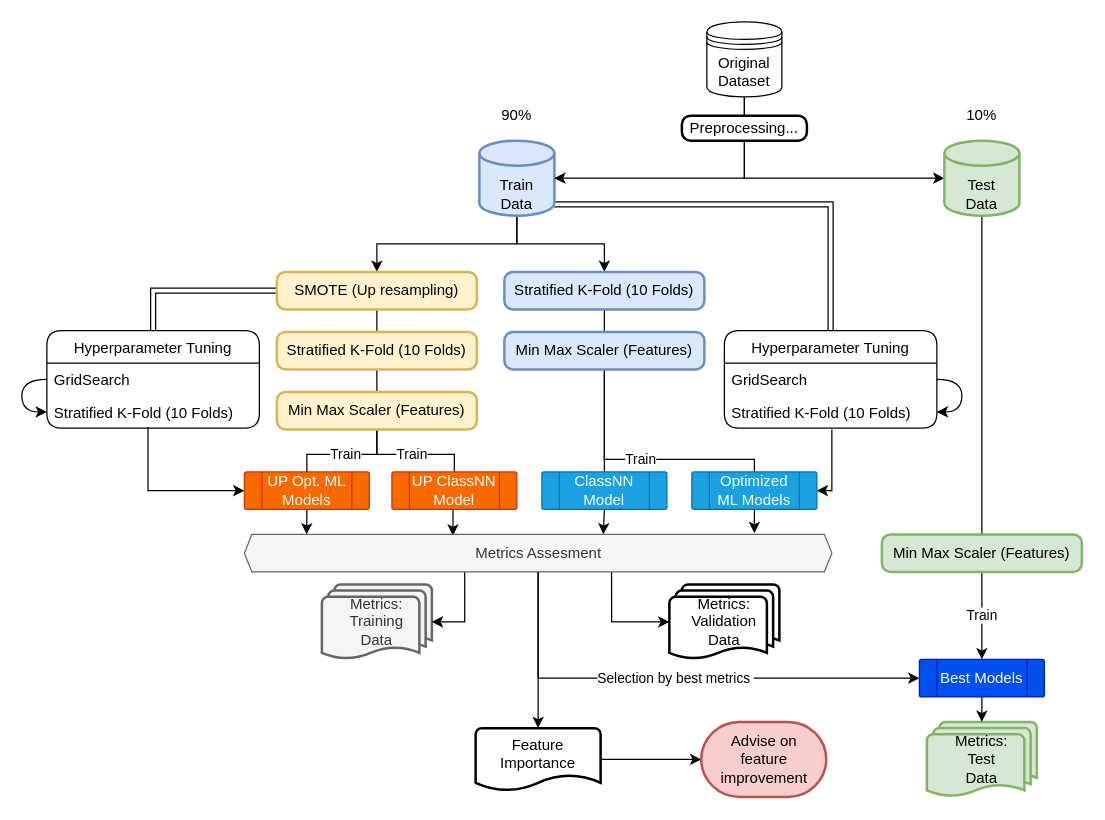
Earlier version of the draw.io diagram Resources/modeling.drawio (HenrikPereira/EDSBproject). Source tidied: cells renumbered, new cells numbered last; positions are measured from the earlier drawing's top-left corner, leaving out a move shared by most shapes. Both pictures are drawn from the tidied source at 125%, with x=0, y=0 at pixel (21, 21).
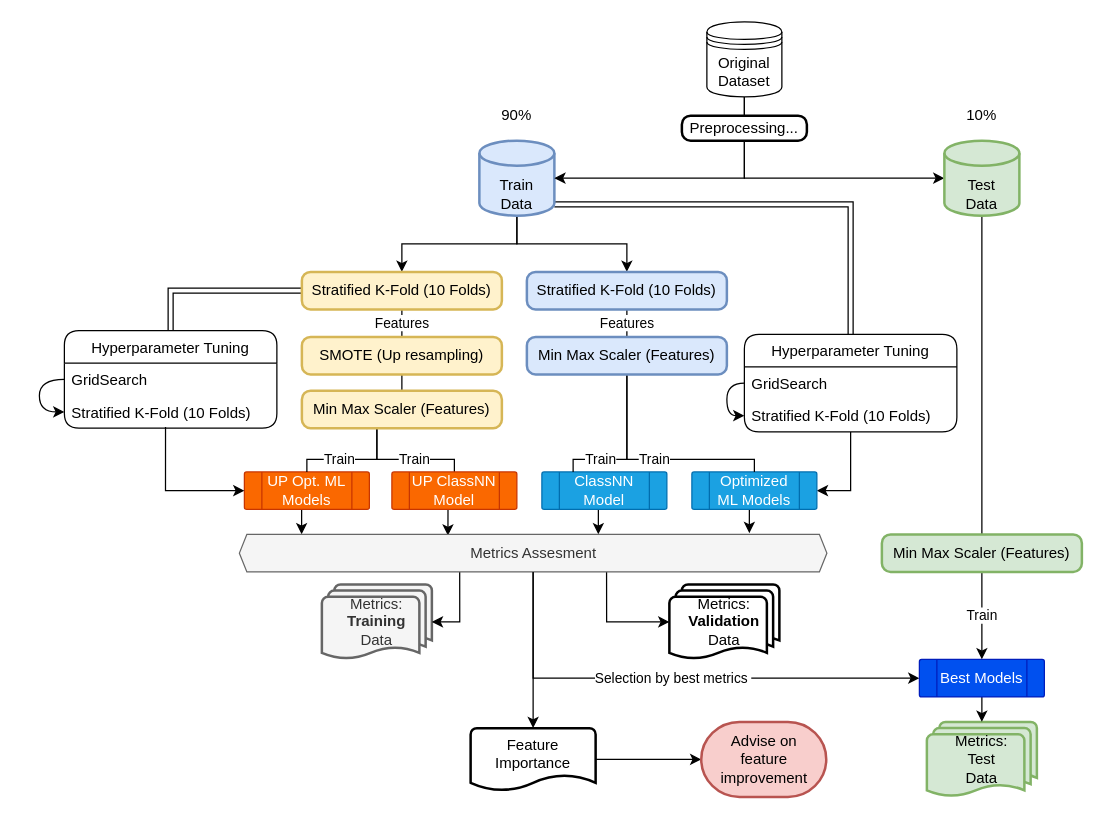
After the change.

The change refers to these unchanged cells:
```xml
<mxCell id="15" value="GridSearch" style="text;strokeColor=none;fillColor=none;align=left;verticalAlign=top;spacingLeft=4;spacingRight=4;overflow=hidden;points=[[0,0.5],[1,0.5]];portConstraint=eastwest;" parent="13" vertex="1">
  <mxGeometry y="26" width="170" height="26" as="geometry" />
</mxCell>
<mxCell id="16" value="Stratified K-Fold (10 Folds)" style="text;strokeColor=none;fillColor=none;align=left;verticalAlign=top;spacingLeft=4;spacingRight=4;overflow=hidden;points=[[0,0.5],[1,0.5]];portConstraint=eastwest;" parent="13" vertex="1">
  <mxGeometry y="52" width="170" height="26" as="geometry" />
</mxCell>
<mxCell id="19" value="Optimized ML Models" style="verticalLabelPosition=middle;verticalAlign=middle;html=1;shape=process;whiteSpace=wrap;rounded=1;size=0.14;arcSize=6;labelPosition=center;align=center;fillColor=#1ba1e2;strokeColor=#006EAF;fontColor=#ffffff;" parent="1" vertex="1">
  <mxGeometry x="536" y="360" width="100" height="30" as="geometry" />
</mxCell>
<mxCell id="23" value="ClassNN Model" style="verticalLabelPosition=middle;verticalAlign=middle;html=1;shape=process;whiteSpace=wrap;rounded=1;size=0.14;arcSize=6;labelPosition=center;align=center;fillColor=#1ba1e2;strokeColor=#006EAF;fontColor=#ffffff;" parent="1" vertex="1">
  <mxGeometry x="416" y="360" width="100" height="30" as="geometry" />
</mxCell>
<mxCell id="38" value="UP Opt. ML Models" style="verticalLabelPosition=middle;verticalAlign=middle;html=1;shape=process;whiteSpace=wrap;rounded=1;size=0.14;arcSize=6;labelPosition=center;align=center;fillColor=#fa6800;strokeColor=#C73500;fontColor=#ffffff;" parent="1" vertex="1">
  <mxGeometry x="178" y="360" width="100" height="30" as="geometry" />
</mxCell>
<mxCell id="45" value="UP ClassNN Model" style="verticalLabelPosition=middle;verticalAlign=middle;html=1;shape=process;whiteSpace=wrap;rounded=1;size=0.14;arcSize=6;labelPosition=center;align=center;fillColor=#fa6800;strokeColor=#C73500;fontColor=#ffffff;" parent="1" vertex="1">
  <mxGeometry x="296" y="360" width="100" height="30" as="geometry" />
</mxCell>
```

Diff of the diagram source:
```diff
@@
+    <mxCell id="60" style="edgeStyle=orthogonalEdgeStyle;rounded=0;jettySize=auto;html=1;exitX=0.5;exitY=1;exitDx=0;exitDy=0;entryX=1;entryY=0.5;entryDx=0;entryDy=0;" parent="1" edge="1" source="13" target="19">
+      <mxGeometry relative="1" as="geometry" />
+    </mxCell>
     <mxCell id="13" value="Hyperparameter Tuning" style="swimlane;fontStyle=0;horizontal=1;startSize=26;fillColor=none;glass=0;swimlaneLine=1;rounded=1;" parent="1" vertex="1">
-      <mxGeometry x="562" y="247" width="170" height="78" as="geometry" />
+      <mxGeometry x="578" y="250" width="170" height="78" as="geometry" />
     </mxCell>
-    <mxCell id="14" style="edgeStyle=orthogonalEdgeStyle;rounded=0;jettySize=auto;html=1;exitX=1;exitY=0.5;exitDx=0;exitDy=0;curved=1;" parent="13" edge="1" source="15" target="16">
-      <mxGeometry relative="1" as="geometry" />
+    <mxCell id="14" style="edgeStyle=orthogonalEdgeStyle;rounded=0;jettySize=auto;html=1;exitX=0;exitY=0.5;exitDx=0;exitDy=0;curved=1;entryX=0;entryY=0.5;entryDx=0;entryDy=0;" parent="13" edge="1" source="15" target="16">
+      <mxGeometry relative="1" as="geometry">
+        <Array as="points">
+          <mxPoint x="-14" y="39" />
+          <mxPoint x="-14" y="65" />
+        </Array>
+      </mxGeometry>
     </mxCell>
@@
-    <mxCell id="18" style="edgeStyle=orthogonalEdgeStyle;rounded=0;jettySize=auto;html=1;exitX=1;exitY=0.5;exitDx=0;exitDy=0;startArrow=classic;startFill=1;endArrow=none;endFill=0;" parent="1" edge="1" source="19">
-      <mxGeometry relative="1" as="geometry">
-        <mxPoint x="648" y="326" as="targetPoint" />
-        <Array as="points">
-          <mxPoint x="648" y="375" />
-          <mxPoint x="648" y="326" />
-        </Array>
-      </mxGeometry>
-    </mxCell>
@@
-    <mxCell id="20" style="edgeStyle=orthogonalEdgeStyle;curved=1;rounded=0;jettySize=auto;html=1;exitX=0.5;exitY=1;exitDx=0;exitDy=0;entryX=0.5;entryY=0;entryDx=0;entryDy=0;endArrow=none;endFill=0;" parent="1" edge="1" source="21" target="29">
+    <mxCell id="20" value="Features" style="edgeStyle=orthogonalEdgeStyle;curved=1;rounded=0;jettySize=auto;html=1;exitX=0.5;exitY=1;exitDx=0;exitDy=0;entryX=0.5;entryY=0;entryDx=0;entryDy=0;endArrow=none;endFill=0;" parent="1" edge="1" source="21" target="29">
       <mxGeometry relative="1" as="geometry" />
     </mxCell>
     <mxCell id="21" value="Stratified K-Fold (10 Folds)" style="rounded=1;whiteSpace=wrap;html=1;absoluteArcSize=1;arcSize=14;strokeWidth=2;fillColor=#dae8fc;strokeColor=#6c8ebf;" parent="1" vertex="1">
-      <mxGeometry x="386" y="200" width="160" height="30" as="geometry" />
+      <mxGeometry x="404" y="200" width="160" height="30" as="geometry" />
     </mxCell>
@@
-    <mxCell id="24" value="Metrics:&lt;br&gt;Training&lt;br&gt;Data" style="strokeWidth=2;html=1;shape=mxgraph.flowchart.multi-document;whiteSpace=wrap;fillColor=#f5f5f5;strokeColor=#666666;fontColor=#333333;" parent="1" vertex="1">
+    <mxCell id="24" value="Metrics:&lt;br&gt;&lt;b&gt;Training&lt;/b&gt;&lt;br&gt;Data" style="strokeWidth=2;html=1;shape=mxgraph.flowchart.multi-document;whiteSpace=wrap;fillColor=#f5f5f5;strokeColor=#666666;fontColor=#333333;" parent="1" vertex="1">
       <mxGeometry x="240" y="450" width="88" height="60" as="geometry" />
     </mxCell>
-    <mxCell id="25" value="Metrics:&lt;br&gt;Validation&lt;br&gt;Data" style="strokeWidth=2;html=1;shape=mxgraph.flowchart.multi-document;whiteSpace=wrap;" parent="1" vertex="1">
+    <mxCell id="25" value="Metrics:&lt;br&gt;&lt;b&gt;Validation&lt;/b&gt;&lt;br&gt;Data" style="strokeWidth=2;html=1;shape=mxgraph.flowchart.multi-document;whiteSpace=wrap;" parent="1" vertex="1">
       <mxGeometry x="518" y="450" width="88" height="60" as="geometry" />
     </mxCell>
@@
+    <mxCell id="28" value="Train" style="edgeStyle=orthogonalEdgeStyle;rounded=0;jettySize=auto;html=1;exitX=0.5;exitY=1;exitDx=0;exitDy=0;entryX=0.5;entryY=0;entryDx=0;entryDy=0;endArrow=none;endFill=0;" parent="1" edge="1" source="29" target="19">
+      <mxGeometry relative="1" as="geometry">
+        <Array as="points">
+          <mxPoint x="484" y="350" />
+          <mxPoint x="586" y="350" />
+        </Array>
+      </mxGeometry>
+    </mxCell>
-    <mxCell id="27" style="edgeStyle=orthogonalEdgeStyle;rounded=0;jettySize=auto;html=1;exitX=0.5;exitY=1;exitDx=0;exitDy=0;entryX=0.5;entryY=0;entryDx=0;entryDy=0;endArrow=none;endFill=0;" parent="1" edge="1" source="29" target="23">
-      <mxGeometry relative="1" as="geometry" />
+    <mxCell id="27" value="Train" style="edgeStyle=orthogonalEdgeStyle;rounded=0;jettySize=auto;html=1;exitX=0.5;exitY=1;exitDx=0;exitDy=0;entryX=0.25;entryY=0;entryDx=0;entryDy=0;endArrow=none;endFill=0;" parent="1" edge="1" source="29" target="23">
+      <mxGeometry x="0.47" relative="1" as="geometry">
+        <Array as="points">
+          <mxPoint x="484" y="350" />
+          <mxPoint x="441" y="350" />
+        </Array>
+      </mxGeometry>
     </mxCell>
-    <mxCell id="28" value="Train" style="edgeStyle=orthogonalEdgeStyle;rounded=0;jettySize=auto;html=1;exitX=0.5;exitY=1;exitDx=0;exitDy=0;entryX=0.5;entryY=0;entryDx=0;entryDy=0;endArrow=none;endFill=0;" parent="1" edge="1" source="29" target="19">
-      <mxGeometry relative="1" as="geometry">
-        <Array as="points">
-          <mxPoint x="466" y="350" />
-          <mxPoint x="586" y="350" />
-        </Array>
-      </mxGeometry>
-    </mxCell>
     <mxCell id="29" value="Min Max Scaler (Features)" style="rounded=1;whiteSpace=wrap;html=1;absoluteArcSize=1;arcSize=14;strokeWidth=2;fillColor=#dae8fc;strokeColor=#6c8ebf;" parent="1" vertex="1">
-      <mxGeometry x="386" y="248" width="160" height="30" as="geometry" />
+      <mxGeometry x="404" y="252" width="160" height="30" as="geometry" />
     </mxCell>
@@
-    <mxCell id="31" style="edgeStyle=orthogonalEdgeStyle;curved=1;rounded=0;jettySize=auto;html=1;exitX=0.5;exitY=1;exitDx=0;exitDy=0;entryX=0.5;entryY=0;entryDx=0;entryDy=0;endArrow=none;endFill=0;" parent="1" edge="1" source="32" target="40">
+    <mxCell id="31" value="Features" style="edgeStyle=orthogonalEdgeStyle;curved=1;rounded=0;jettySize=auto;html=1;entryX=0.5;entryY=0;entryDx=0;entryDy=0;endArrow=none;endFill=0;exitX=0.5;exitY=1;exitDx=0;exitDy=0;" parent="1" edge="1" source="32" target="40">
       <mxGeometry relative="1" as="geometry" />
     </mxCell>
-    <mxCell id="32" value="SMOTE (Up resampling)" style="rounded=1;whiteSpace=wrap;html=1;absoluteArcSize=1;arcSize=14;strokeWidth=2;fillColor=#fff2cc;strokeColor=#d6b656;" parent="1" vertex="1">
-      <mxGeometry x="204" y="200" width="160" height="30" as="geometry" />
+    <mxCell id="32" value="&lt;span style=&quot;white-space: normal&quot;&gt;Stratified K-Fold (10 Folds)&lt;/span&gt;" style="rounded=1;whiteSpace=wrap;html=1;absoluteArcSize=1;arcSize=14;strokeWidth=2;fillColor=#fff2cc;strokeColor=#d6b656;" parent="1" vertex="1">
+      <mxGeometry x="224" y="200" width="160" height="30" as="geometry" />
     </mxCell>
     <mxCell id="33" value="Hyperparameter Tuning" style="swimlane;fontStyle=0;horizontal=1;startSize=26;fillColor=none;rounded=1;comic=0;" parent="1" vertex="1">
-      <mxGeometry x="20" y="247" width="170" height="78" as="geometry" />
+      <mxGeometry x="34" y="247" width="170" height="78" as="geometry" />
     </mxCell>
@@
-    <mxCell id="40" value="Stratified K-Fold (10 Folds)" style="rounded=1;whiteSpace=wrap;html=1;absoluteArcSize=1;arcSize=14;strokeWidth=2;fillColor=#fff2cc;strokeColor=#d6b656;" parent="1" vertex="1">
-      <mxGeometry x="204" y="248" width="160" height="30" as="geometry" />
+    <mxCell id="40" value="SMOTE (Up resampling)" style="rounded=1;whiteSpace=wrap;html=1;absoluteArcSize=1;arcSize=14;strokeWidth=2;fillColor=#fff2cc;strokeColor=#d6b656;" parent="1" vertex="1">
+      <mxGeometry x="224" y="252" width="160" height="30" as="geometry" />
     </mxCell>
     <mxCell id="41" value="Train" style="edgeStyle=orthogonalEdgeStyle;rounded=0;jettySize=auto;html=1;exitX=0.5;exitY=1;exitDx=0;exitDy=0;entryX=0.5;entryY=0;entryDx=0;entryDy=0;endArrow=none;endFill=0;" parent="1" edge="1" source="43" target="38">
-      <mxGeometry relative="1" as="geometry" />
+      <mxGeometry x="0.35" relative="1" as="geometry">
+        <Array as="points">
+          <mxPoint x="284" y="350" />
+          <mxPoint x="228" y="350" />
+        </Array>
+      </mxGeometry>
     </mxCell>
     <mxCell id="42" value="Train" style="edgeStyle=orthogonalEdgeStyle;rounded=0;jettySize=auto;html=1;exitX=0.5;exitY=1;exitDx=0;exitDy=0;entryX=0.5;entryY=0;entryDx=0;entryDy=0;endArrow=none;endFill=0;comic=0;" parent="1" edge="1" source="43" target="45">
-      <mxGeometry relative="1" as="geometry" />
+      <mxGeometry x="0.28" relative="1" as="geometry">
+        <Array as="points">
+          <mxPoint x="284" y="350" />
+          <mxPoint x="346" y="350" />
+        </Array>
+      </mxGeometry>
     </mxCell>
     <mxCell id="43" value="Min Max Scaler (Features)" style="rounded=1;whiteSpace=wrap;html=1;absoluteArcSize=1;arcSize=14;strokeWidth=2;fillColor=#fff2cc;strokeColor=#d6b656;" parent="1" vertex="1">
-      <mxGeometry x="204" y="296" width="160" height="30" as="geometry" />
+      <mxGeometry x="224" y="295" width="160" height="30" as="geometry" />
     </mxCell>
@@
     <mxCell id="50" value="Metrics Assesment" style="verticalLabelPosition=middle;verticalAlign=middle;html=1;shape=hexagon;perimeter=hexagonPerimeter2;arcSize=6;size=0.01276595744680851;labelPosition=center;align=center;fillColor=#f5f5f5;strokeColor=#666666;fontColor=#333333;" parent="1" vertex="1">
-      <mxGeometry x="178" y="410" width="470" height="30" as="geometry" />
+      <mxGeometry x="174" y="410" width="470" height="30" as="geometry" />
     </mxCell>
@@
     <mxCell id="55" value="Feature Importance" style="strokeWidth=2;html=1;shape=mxgraph.flowchart.document2;whiteSpace=wrap;size=0.25;verticalAlign=top;" parent="1" vertex="1">
-      <mxGeometry x="363" y="565" width="100" height="50" as="geometry" />
+      <mxGeometry x="359" y="565" width="100" height="50" as="geometry" />
     </mxCell>
```
